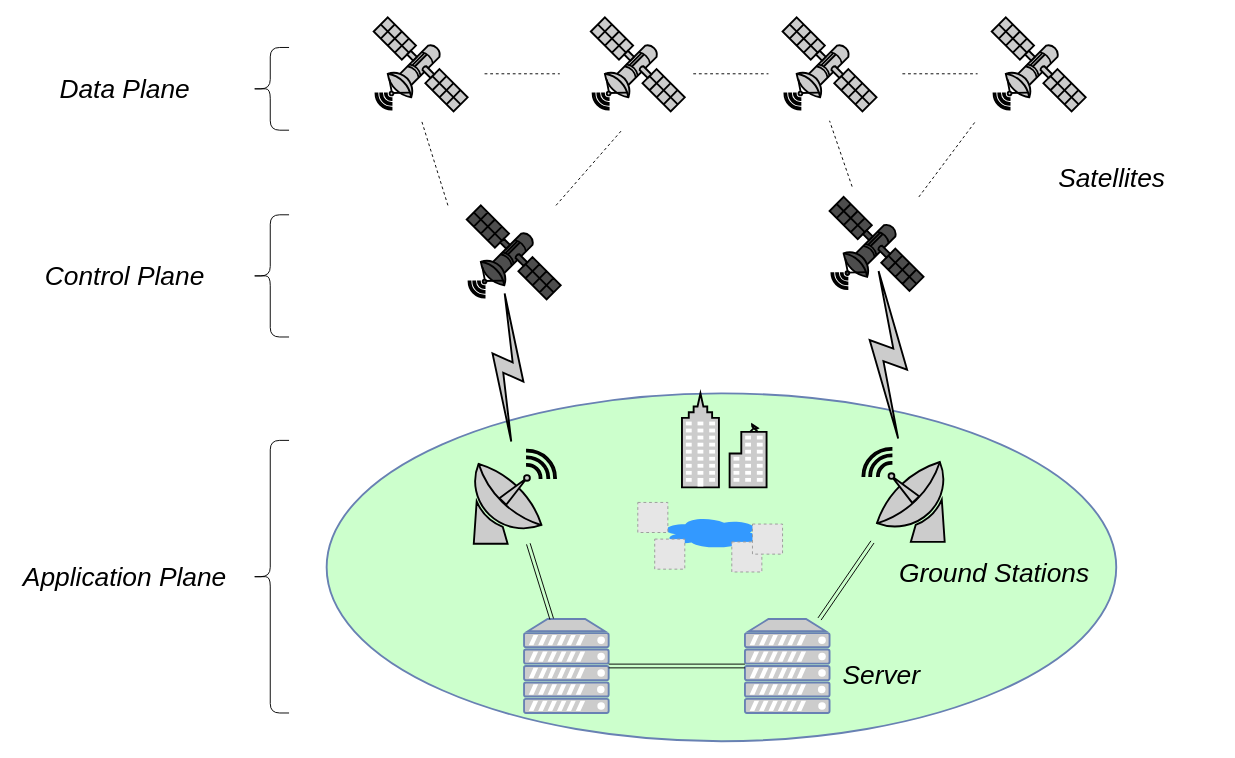
peachhhhh/satellite keeps this draw.io diagram as page "算法2架构图" (13 of 16) of drawio.drawio. Above is the earlier version. Source tidied: cells renumbered, new cells numbered last; positions are measured from the earlier drawing's top-left corner, leaving out a move shared by most shapes. Both pictures are drawn from the tidied source at 94%, with x=0, y=0 at pixel (16, 17). Pictures stored in the file or linked from it are replaced by grey dashed boxes.
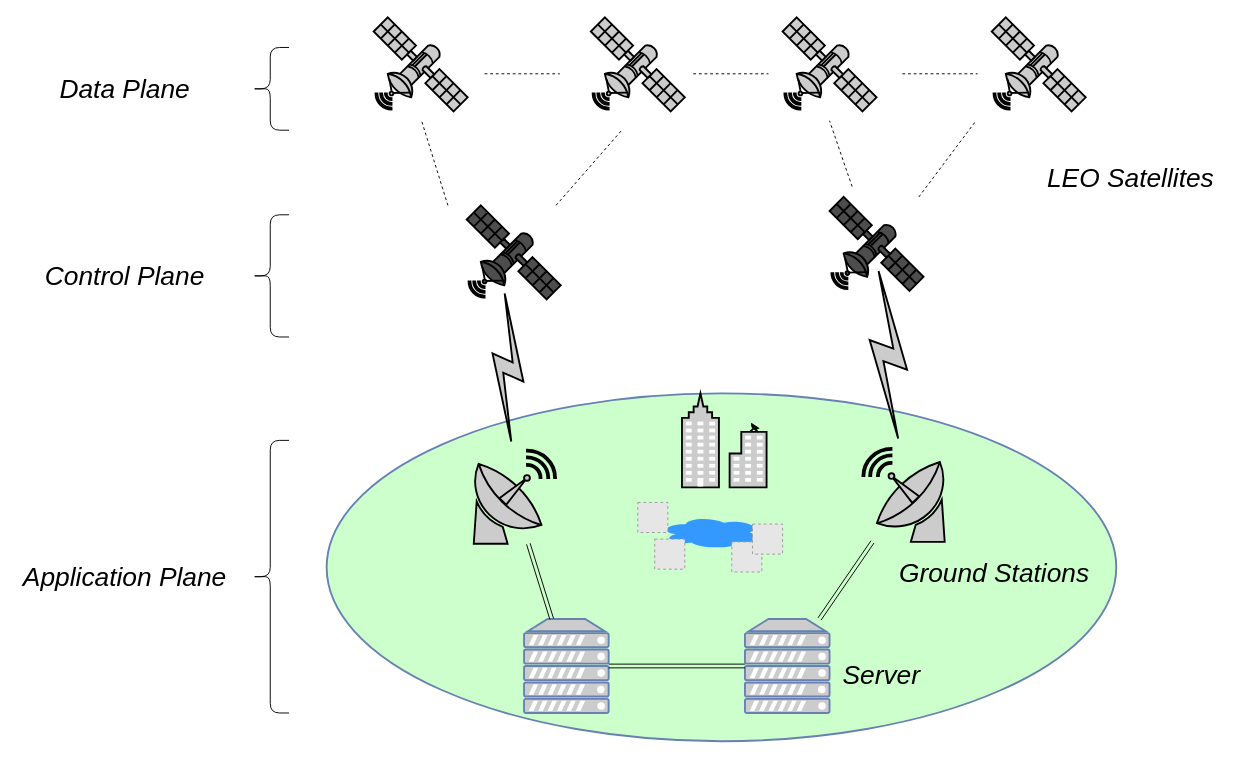
The same page after the edit.

The edit, as a diff of the source:
```diff
@@
-    <mxCell id="25" value="Satellites" style="text;html=1;align=center;verticalAlign=middle;fontSize=28;fontStyle=2;" parent="1" vertex="1">
-      <mxGeometry x="1100" y="151" width="130" height="40" as="geometry" />
+    <mxCell id="25" value="LEO Satellites" style="text;html=1;align=center;verticalAlign=middle;fontSize=28;fontStyle=2;" parent="1" vertex="1">
+      <mxGeometry x="1090" y="151" width="190" height="40" as="geometry" />
     </mxCell>
```
